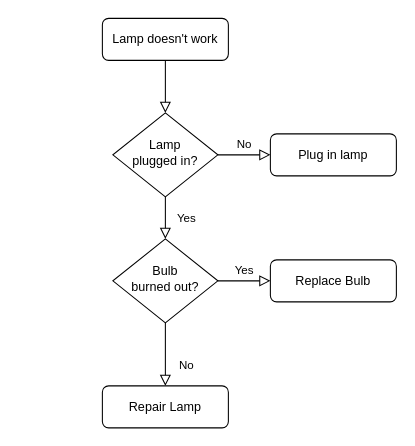
TimoXXXL/Shadyside keeps this draw.io diagram as 未命名绘图.drawio. Above is the earlier version. Source tidied: cells renumbered, new cells numbered last; positions are measured from the earlier drawing's top-left corner, leaving out a move shared by most shapes. Both pictures are drawn from the tidied source at 105%, with x=0, y=0 at pixel (102, 18).
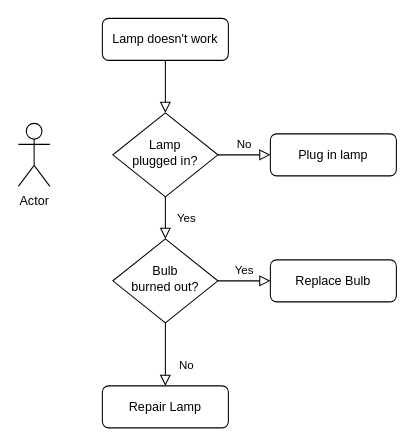
The same diagram, later.

Diff of the diagram source:
```diff
@@
 <mxGraphModel>
   <root>
     <mxCell id="0" />
     <mxCell id="1" parent="0" />
     <mxCell id="2" style="rounded=0;html=1;jettySize=auto;fontSize=11;endArrow=block;endFill=0;endSize=8;strokeWidth=1;shadow=0;labelBackgroundColor=none;edgeStyle=orthogonalEdgeStyle;" parent="1" edge="1" source="3" target="6">
       <mxGeometry relative="1" as="geometry" />
     </mxCell>
     <mxCell id="3" value="Lamp doesn't work" style="rounded=1;whiteSpace=wrap;html=1;fontSize=12;glass=0;strokeWidth=1;shadow=0;" parent="1" vertex="1">
       <mxGeometry width="120" height="40" as="geometry" />
     </mxCell>
     <mxCell id="4" value="Yes" style="rounded=0;html=1;jettySize=auto;fontSize=11;endArrow=block;endFill=0;endSize=8;strokeWidth=1;shadow=0;labelBackgroundColor=none;edgeStyle=orthogonalEdgeStyle;" parent="1" edge="1" source="6" target="10">
       <mxGeometry y="20" relative="1" as="geometry" />
     </mxCell>
     <mxCell id="5" value="No" style="edgeStyle=orthogonalEdgeStyle;rounded=0;html=1;jettySize=auto;fontSize=11;endArrow=block;endFill=0;endSize=8;strokeWidth=1;shadow=0;labelBackgroundColor=none;" parent="1" edge="1" source="6" target="7">
       <mxGeometry y="10" relative="1" as="geometry" />
     </mxCell>
     <mxCell id="6" value="Lamp&lt;br&gt;plugged in?" style="rhombus;whiteSpace=wrap;html=1;shadow=0;fontFamily=Helvetica;fontSize=12;align=center;strokeWidth=1;spacing=6;spacingTop=-4;" parent="1" vertex="1">
       <mxGeometry x="10" y="90" width="100" height="80" as="geometry" />
     </mxCell>
     <mxCell id="7" value="Plug in lamp" style="rounded=1;whiteSpace=wrap;html=1;fontSize=12;glass=0;strokeWidth=1;shadow=0;" parent="1" vertex="1">
       <mxGeometry x="160" y="110" width="120" height="40" as="geometry" />
     </mxCell>
     <mxCell id="8" value="No" style="rounded=0;html=1;jettySize=auto;fontSize=11;endArrow=block;endFill=0;endSize=8;strokeWidth=1;shadow=0;labelBackgroundColor=none;edgeStyle=orthogonalEdgeStyle;" parent="1" edge="1" source="10" target="11">
       <mxGeometry x="0.33" y="20" relative="1" as="geometry" />
     </mxCell>
     <mxCell id="9" value="Yes" style="edgeStyle=orthogonalEdgeStyle;rounded=0;html=1;jettySize=auto;fontSize=11;endArrow=block;endFill=0;endSize=8;strokeWidth=1;shadow=0;labelBackgroundColor=none;" parent="1" edge="1" source="10" target="12">
       <mxGeometry y="10" relative="1" as="geometry" />
     </mxCell>
     <mxCell id="10" value="Bulb&lt;br&gt;burned out?" style="rhombus;whiteSpace=wrap;html=1;shadow=0;fontFamily=Helvetica;fontSize=12;align=center;strokeWidth=1;spacing=6;spacingTop=-4;" parent="1" vertex="1">
       <mxGeometry x="10" y="210" width="100" height="80" as="geometry" />
     </mxCell>
     <mxCell id="11" value="Repair Lamp" style="rounded=1;whiteSpace=wrap;html=1;fontSize=12;glass=0;strokeWidth=1;shadow=0;" parent="1" vertex="1">
       <mxGeometry y="350" width="120" height="40" as="geometry" />
     </mxCell>
     <mxCell id="12" value="Replace Bulb" style="rounded=1;whiteSpace=wrap;html=1;fontSize=12;glass=0;strokeWidth=1;shadow=0;" parent="1" vertex="1">
       <mxGeometry x="160" y="230" width="120" height="40" as="geometry" />
     </mxCell>
+    <mxCell id="13" value="Actor" style="shape=umlActor;verticalLabelPosition=bottom;verticalAlign=top;html=1;" parent="1" vertex="1">
+      <mxGeometry x="-80" y="100" width="30" height="60" as="geometry" />
+    </mxCell>
   </root>
 </mxGraphModel>
```
